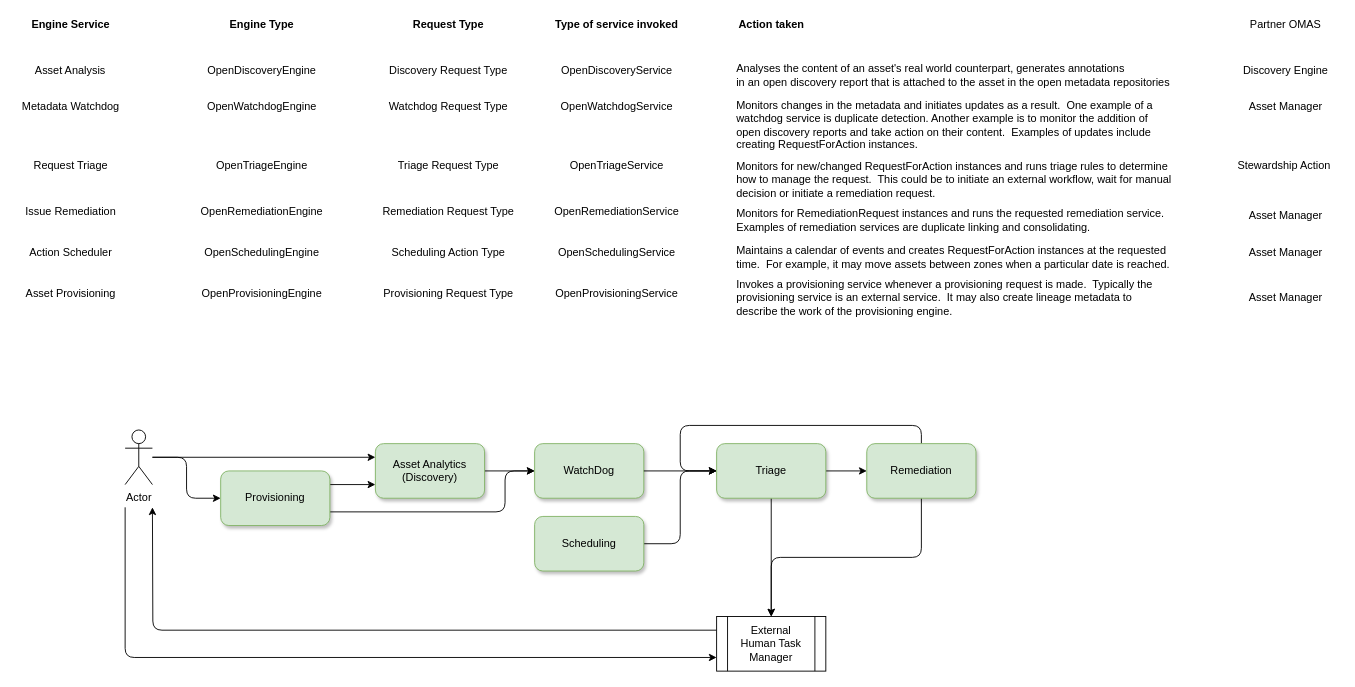
This is page "flow" (2 of 7) of open-metadata-implementation/engine-services/docs/engine-services.drawio from odpi/egeria, a draw.io file, before an edit. Source tidied: cells renumbered, new cells numbered last; positions are measured from the earlier drawing's top-left corner, leaving out a move shared by most shapes. Both pictures are drawn from the tidied source at 91%, with x=0, y=0 at pixel (15, 15).
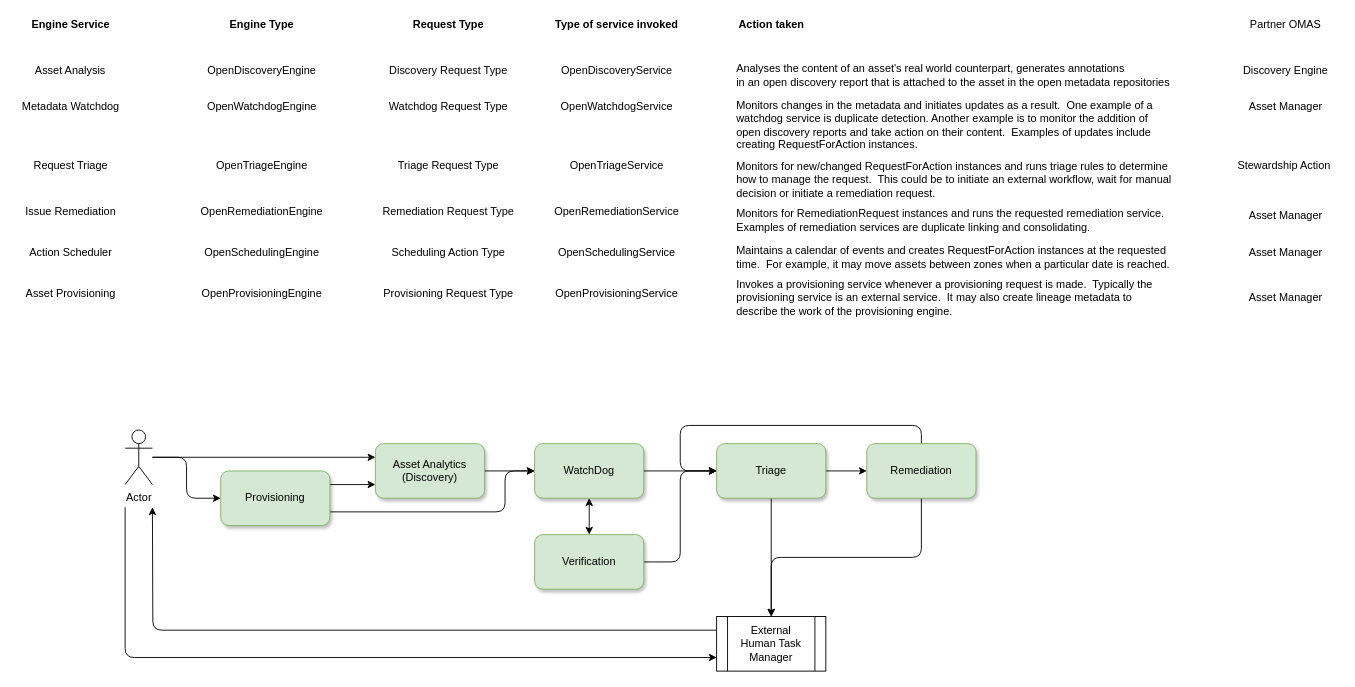
After the change.

Unchanged cells that the change refers to:
```xml
<mxCell id="47" value="WatchDog" style="rounded=1;whiteSpace=wrap;html=1;align=center;fillColor=#d5e8d4;strokeColor=#82b366;shadow=1;" parent="1" vertex="1">
  <mxGeometry x="570" y="470" width="120" height="60" as="geometry" />
</mxCell>
```

Diff of the diagram source:
```diff
@@
+    <mxCell id="65" style="edgeStyle=orthogonalEdgeStyle;rounded=0;jettySize=auto;html=1;exitX=0.5;exitY=1;exitDx=0;exitDy=0;entryX=0.5;entryY=0;entryDx=0;entryDy=0;startArrow=classic;startFill=1;" parent="1" edge="1" source="47" target="51">
+      <mxGeometry relative="1" as="geometry" />
+    </mxCell>
@@
-    <mxCell id="51" value="Scheduling" style="rounded=1;whiteSpace=wrap;html=1;align=center;fillColor=#d5e8d4;strokeColor=#82b366;shadow=1;" parent="1" vertex="1">
-      <mxGeometry x="570" y="550" width="120" height="60" as="geometry" />
+    <mxCell id="51" value="Verification" style="rounded=1;whiteSpace=wrap;html=1;align=center;fillColor=#d5e8d4;strokeColor=#82b366;shadow=1;" parent="1" vertex="1">
+      <mxGeometry x="570" y="570" width="120" height="60" as="geometry" />
     </mxCell>
```
